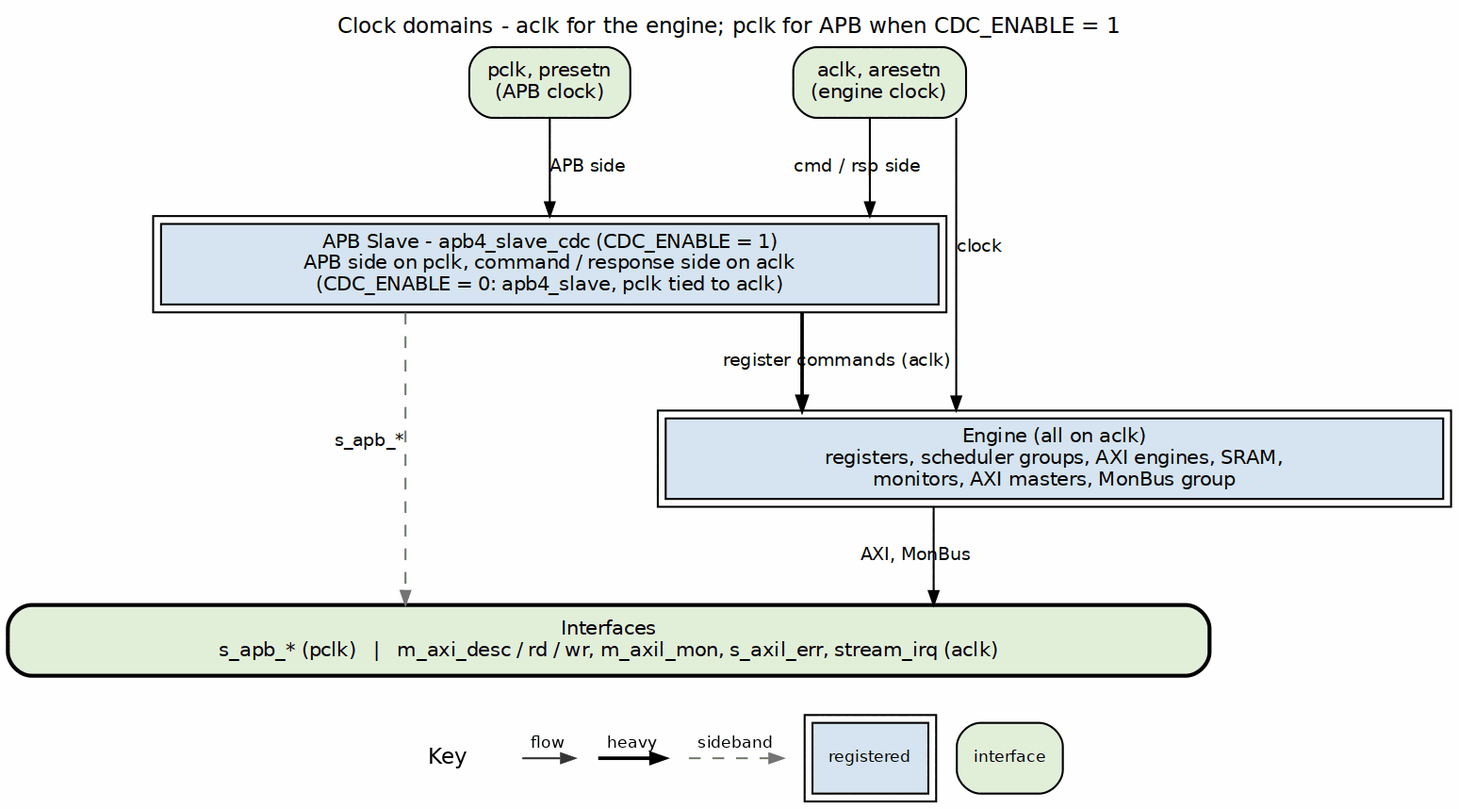
Above: projects/components/dma-ip/stream/docs/stream_has/assets/graphviz/ch06_clock_distribution.png in sean-galloway/RTLDesignSherpa (Graphviz), before the change. Its source is kept beside it as projects/components/dma-ip/stream/docs/stream_has/assets/graphviz/ch06_clock_distribution.dot.
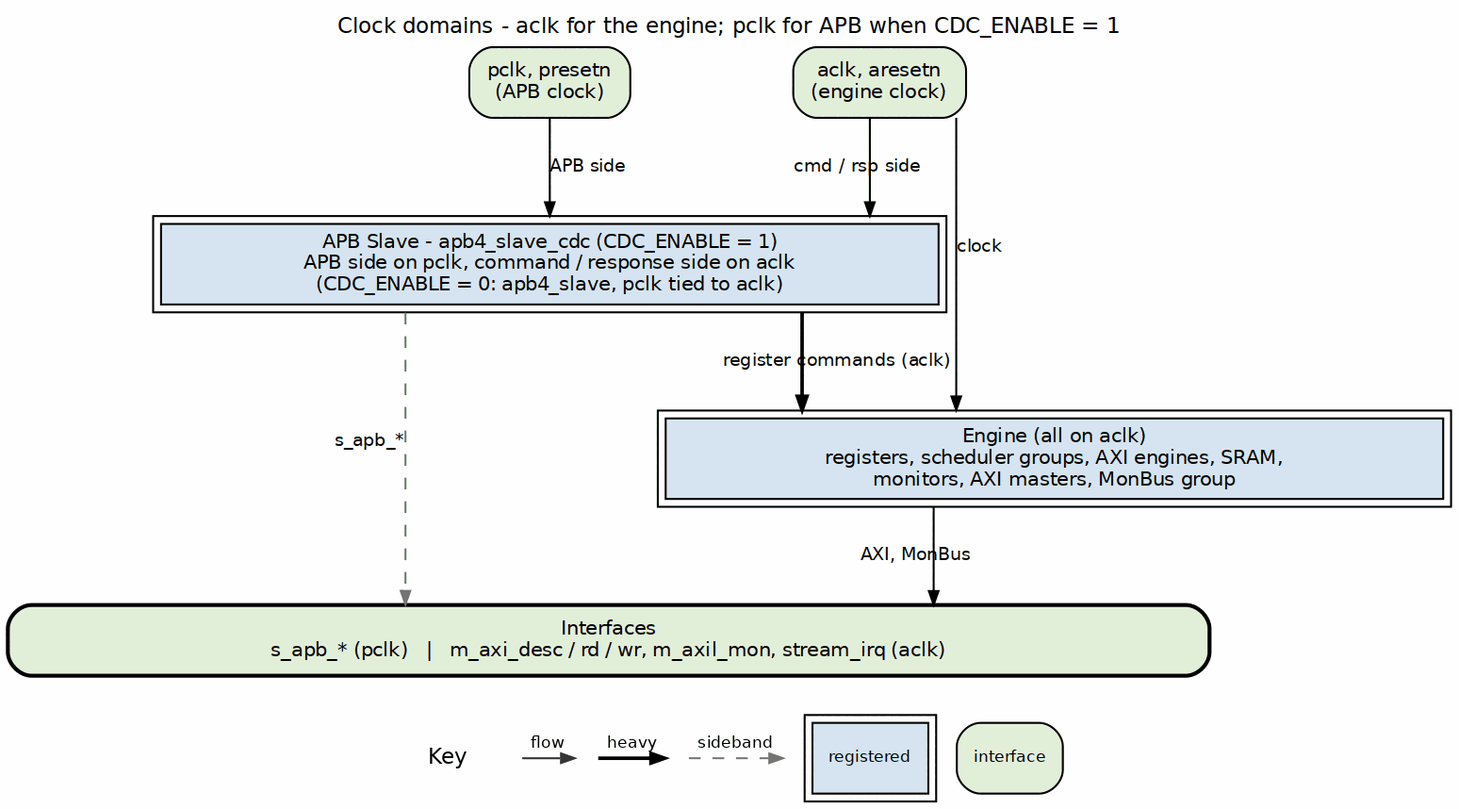
The same diagram one commit later.

What changed in the source:
```diff
@@ -9,7 +9,7 @@
     aclk [label="aclk, aresetn\n(engine clock)", fillcolor="white", style="rounded,filled", fillcolor="#E2EFDA"];
     cdc  [label="APB Slave - apb4_slave_cdc (CDC_ENABLE = 1)\nAPB side on pclk, command / response side on aclk\n(CDC_ENABLE = 0: apb4_slave, pclk tied to aclk)", width=5.5, peripheries=2, style="filled", fillcolor="#D6E4F0"];
     eng  [label="Engine (all on aclk)\nregisters, scheduler groups, AXI engines, SRAM,\nmonitors, AXI masters, MonBus group", width=5.5, peripheries=2, style="filled", fillcolor="#D6E4F0"];
-    bar  [label="Interfaces\ns_apb_* (pclk)   |   m_axi_desc / rd / wr, m_axil_mon, s_axil_err, stream_irq (aclk)", fillcolor="white", width=8.5, style="rounded,filled,bold", fillcolor="#E2EFDA"];
+    bar  [label="Interfaces\ns_apb_* (pclk)   |   m_axi_desc / rd / wr, m_axil_mon, stream_irq (aclk)", fillcolor="white", width=8.5, style="rounded,filled,bold", fillcolor="#E2EFDA"];
     pclk -> cdc [label="APB side"];
     aclk -> cdc [label="cmd / rsp side"];
     aclk -> eng [xlabel="clock"];
```
